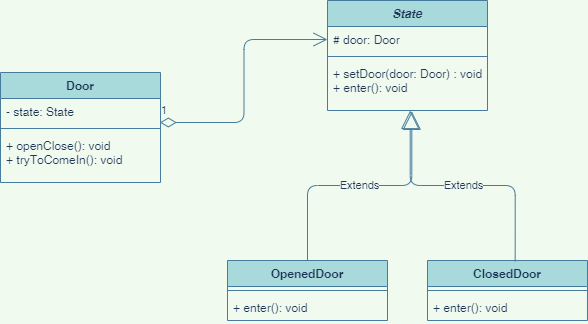
This is behavioural/state/myState.png from Yaltaphil/patterns, a draw.io export, as it was before one commit. Source tidied: cells renumbered, new cells last; positions are measured from the earlier drawing's top-left corner, leaving out a move shared by most shapes. Its diagram source:
```xml
<mxGraphModel background="#F1FAEE">
  <root>
    <mxCell id="0" />
    <mxCell id="1" parent="0" />
    <mxCell id="2" value="State" style="swimlane;fontStyle=3;align=center;verticalAlign=top;horizontal=1;startSize=26;fillColor=#A8DADC;strokeColor=#457B9D;fontColor=#1D3557;" parent="1" vertex="1">
      <mxGeometry x="327" width="160" height="110" as="geometry" />
    </mxCell>
    <mxCell id="3" value="# door: Door " style="text;strokeColor=none;fillColor=none;align=left;verticalAlign=top;spacingLeft=4;spacingRight=4;overflow=hidden;points=[[0,0.5],[1,0.5]];portConstraint=eastwest;fontColor=#1D3557;" parent="2" vertex="1">
      <mxGeometry y="26" width="160" height="26" as="geometry" />
    </mxCell>
    <mxCell id="4" style="line;strokeWidth=1;fillColor=none;align=left;verticalAlign=middle;spacingTop=-1;spacingLeft=3;spacingRight=3;labelPosition=right;labelBackgroundColor=#F1FAEE;strokeColor=#457B9D;fontColor=#1D3557;" parent="2" vertex="1">
      <mxGeometry y="52" width="160" height="8" as="geometry" />
    </mxCell>
    <mxCell id="5" value="+ setDoor(door: Door) : void&#10;+ enter(): void" style="text;strokeColor=none;fillColor=none;align=left;verticalAlign=top;spacingLeft=4;spacingRight=4;overflow=hidden;points=[[0,0.5],[1,0.5]];portConstraint=eastwest;fontColor=#1D3557;" parent="2" vertex="1">
      <mxGeometry y="60" width="160" height="50" as="geometry" />
    </mxCell>
    <mxCell id="6" value="Door" style="swimlane;fontStyle=1;align=center;verticalAlign=top;horizontal=1;startSize=26;fillColor=#A8DADC;strokeColor=#457B9D;fontColor=#1D3557;" parent="1" vertex="1">
      <mxGeometry y="72" width="160" height="110" as="geometry" />
    </mxCell>
    <mxCell id="7" value="- state: State " style="text;strokeColor=none;fillColor=none;align=left;verticalAlign=top;spacingLeft=4;spacingRight=4;overflow=hidden;points=[[0,0.5],[1,0.5]];portConstraint=eastwest;fontColor=#1D3557;" parent="6" vertex="1">
      <mxGeometry y="26" width="160" height="26" as="geometry" />
    </mxCell>
    <mxCell id="8" style="line;strokeWidth=1;fillColor=none;align=left;verticalAlign=middle;spacingTop=-1;spacingLeft=3;spacingRight=3;labelPosition=right;labelBackgroundColor=#F1FAEE;strokeColor=#457B9D;fontColor=#1D3557;" parent="6" vertex="1">
      <mxGeometry y="52" width="160" height="8" as="geometry" />
    </mxCell>
    <mxCell id="9" value="+ openClose(): void&#10;+ tryToComeIn(): void" style="text;strokeColor=none;fillColor=none;align=left;verticalAlign=top;spacingLeft=4;spacingRight=4;overflow=hidden;fontColor=#1D3557;" parent="6" vertex="1">
      <mxGeometry y="60" width="160" height="50" as="geometry" />
    </mxCell>
    <mxCell id="10" value="1" style="endArrow=open;html=1;endSize=12;startArrow=diamondThin;startSize=14;startFill=0;edgeStyle=orthogonalEdgeStyle;align=left;verticalAlign=bottom;exitX=0.996;exitY=0.923;exitDx=0;exitDy=0;exitPerimeter=0;entryX=0;entryY=0.5;entryDx=0;entryDy=0;strokeWidth=1;labelBackgroundColor=#F1FAEE;strokeColor=#457B9D;fontColor=#1D3557;" parent="1" edge="1" source="7" target="3">
      <mxGeometry x="-1" y="3" relative="1" as="geometry" />
    </mxCell>
    <mxCell id="11" value="Extends" style="endArrow=block;endSize=16;endFill=0;html=1;strokeWidth=1;entryX=0.527;entryY=1.017;entryDx=0;entryDy=0;entryPerimeter=0;exitX=0.5;exitY=0;exitDx=0;exitDy=0;edgeStyle=orthogonalEdgeStyle;labelBackgroundColor=#F1FAEE;strokeColor=#457B9D;fontColor=#1D3557;" parent="1" edge="1" source="12" target="5">
      <mxGeometry relative="1" as="geometry" />
    </mxCell>
    <mxCell id="12" value="OpenedDoor" style="swimlane;fontStyle=1;align=center;verticalAlign=top;horizontal=1;startSize=26;fillColor=#A8DADC;strokeColor=#457B9D;fontColor=#1D3557;" parent="1" vertex="1">
      <mxGeometry x="227" y="260" width="160" height="60" as="geometry" />
    </mxCell>
    <mxCell id="13" style="line;strokeWidth=1;fillColor=none;align=left;verticalAlign=middle;spacingTop=-1;spacingLeft=3;spacingRight=3;labelPosition=right;labelBackgroundColor=#F1FAEE;strokeColor=#457B9D;fontColor=#1D3557;" parent="12" vertex="1">
      <mxGeometry y="26" width="160" height="8" as="geometry" />
    </mxCell>
    <mxCell id="14" value="+ enter(): void" style="text;strokeColor=none;fillColor=none;align=left;verticalAlign=top;spacingLeft=4;spacingRight=4;overflow=hidden;fontColor=#1D3557;" parent="12" vertex="1">
      <mxGeometry y="34" width="160" height="26" as="geometry" />
    </mxCell>
    <mxCell id="15" value="ClosedDoor" style="swimlane;fontStyle=1;align=center;verticalAlign=top;horizontal=1;startSize=26;fillColor=#A8DADC;strokeColor=#457B9D;fontColor=#1D3557;" parent="1" vertex="1">
      <mxGeometry x="427" y="260" width="160" height="60" as="geometry" />
    </mxCell>
    <mxCell id="16" style="line;strokeWidth=1;fillColor=none;align=left;verticalAlign=middle;spacingTop=-1;spacingLeft=3;spacingRight=3;labelPosition=right;labelBackgroundColor=#F1FAEE;strokeColor=#457B9D;fontColor=#1D3557;" parent="15" vertex="1">
      <mxGeometry y="26" width="160" height="8" as="geometry" />
    </mxCell>
    <mxCell id="17" value="+ enter(): void" style="text;strokeColor=none;fillColor=none;align=left;verticalAlign=top;spacingLeft=4;spacingRight=4;overflow=hidden;fontColor=#1D3557;" parent="15" vertex="1">
      <mxGeometry y="34" width="160" height="26" as="geometry" />
    </mxCell>
    <mxCell id="18" value="Extends" style="endArrow=block;endSize=16;endFill=0;html=1;strokeWidth=1;entryX=0.517;entryY=1;entryDx=0;entryDy=0;entryPerimeter=0;exitX=0.548;exitY=0.014;exitDx=0;exitDy=0;exitPerimeter=0;edgeStyle=orthogonalEdgeStyle;labelBackgroundColor=#F1FAEE;strokeColor=#457B9D;fontColor=#1D3557;" parent="1" edge="1" source="15" target="5">
      <mxGeometry relative="1" as="geometry" />
    </mxCell>
  </root>
</mxGraphModel>
```
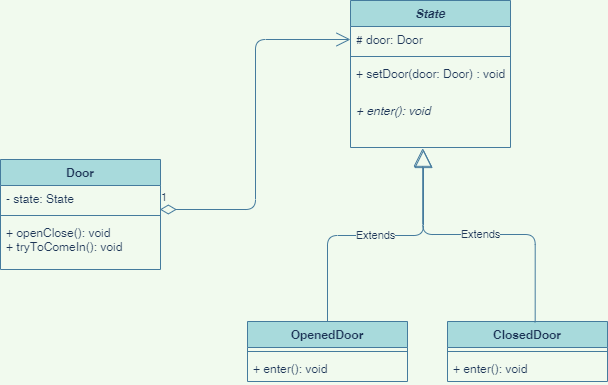
The same file after the commit.

Commit message:
add: state pattern diagram

What changed in the source:
```diff
@@ -3,7 +3,7 @@
     <mxCell id="0" />
     <mxCell id="1" parent="0" />
     <mxCell id="2" value="State" style="swimlane;fontStyle=3;align=center;verticalAlign=top;horizontal=1;startSize=26;fillColor=#A8DADC;strokeColor=#457B9D;fontColor=#1D3557;" parent="1" vertex="1">
-      <mxGeometry x="327" width="160" height="110" as="geometry" />
+      <mxGeometry x="330" y="-61" width="160" height="147" as="geometry" />
     </mxCell>
     <mxCell id="3" value="# door: Door " style="text;strokeColor=none;fillColor=none;align=left;verticalAlign=top;spacingLeft=4;spacingRight=4;overflow=hidden;points=[[0,0.5],[1,0.5]];portConstraint=eastwest;fontColor=#1D3557;" parent="2" vertex="1">
       <mxGeometry y="26" width="160" height="26" as="geometry" />
@@ -11,11 +11,14 @@
     <mxCell id="4" style="line;strokeWidth=1;fillColor=none;align=left;verticalAlign=middle;spacingTop=-1;spacingLeft=3;spacingRight=3;labelPosition=right;labelBackgroundColor=#F1FAEE;strokeColor=#457B9D;fontColor=#1D3557;" parent="2" vertex="1">
       <mxGeometry y="52" width="160" height="8" as="geometry" />
     </mxCell>
-    <mxCell id="5" value="+ setDoor(door: Door) : void&#10;+ enter(): void" style="text;strokeColor=none;fillColor=none;align=left;verticalAlign=top;spacingLeft=4;spacingRight=4;overflow=hidden;points=[[0,0.5],[1,0.5]];portConstraint=eastwest;fontColor=#1D3557;" parent="2" vertex="1">
-      <mxGeometry y="60" width="160" height="50" as="geometry" />
+    <mxCell id="5" value="+ setDoor(door: Door) : void&#10;" style="text;strokeColor=none;fillColor=none;align=left;verticalAlign=top;spacingLeft=4;spacingRight=4;overflow=hidden;points=[[0,0.5],[1,0.5]];portConstraint=eastwest;fontColor=#1D3557;" parent="2" vertex="1">
+      <mxGeometry y="60" width="160" height="37" as="geometry" />
     </mxCell>
+    <mxCell id="19" value="+ enter(): void" style="text;strokeColor=none;fillColor=none;align=left;verticalAlign=top;spacingLeft=4;spacingRight=4;overflow=hidden;points=[[0,0.5],[1,0.5]];portConstraint=eastwest;fontColor=#1D3557;fontStyle=2;" parent="2" vertex="1">
+      <mxGeometry y="97" width="160" height="50" as="geometry" />
+    </mxCell>
     <mxCell id="6" value="Door" style="swimlane;fontStyle=1;align=center;verticalAlign=top;horizontal=1;startSize=26;fillColor=#A8DADC;strokeColor=#457B9D;fontColor=#1D3557;" parent="1" vertex="1">
-      <mxGeometry y="72" width="160" height="110" as="geometry" />
+      <mxGeometry x="-20" y="98" width="160" height="110" as="geometry" />
     </mxCell>
     <mxCell id="7" value="- state: State " style="text;strokeColor=none;fillColor=none;align=left;verticalAlign=top;spacingLeft=4;spacingRight=4;overflow=hidden;points=[[0,0.5],[1,0.5]];portConstraint=eastwest;fontColor=#1D3557;" parent="6" vertex="1">
       <mxGeometry y="26" width="160" height="26" as="geometry" />
@@ -29,8 +32,10 @@
     <mxCell id="10" value="1" style="endArrow=open;html=1;endSize=12;startArrow=diamondThin;startSize=14;startFill=0;edgeStyle=orthogonalEdgeStyle;align=left;verticalAlign=bottom;exitX=0.996;exitY=0.923;exitDx=0;exitDy=0;exitPerimeter=0;entryX=0;entryY=0.5;entryDx=0;entryDy=0;strokeWidth=1;labelBackgroundColor=#F1FAEE;strokeColor=#457B9D;fontColor=#1D3557;" parent="1" edge="1" source="7" target="3">
       <mxGeometry x="-1" y="3" relative="1" as="geometry" />
     </mxCell>
-    <mxCell id="11" value="Extends" style="endArrow=block;endSize=16;endFill=0;html=1;strokeWidth=1;entryX=0.527;entryY=1.017;entryDx=0;entryDy=0;entryPerimeter=0;exitX=0.5;exitY=0;exitDx=0;exitDy=0;edgeStyle=orthogonalEdgeStyle;labelBackgroundColor=#F1FAEE;strokeColor=#457B9D;fontColor=#1D3557;" parent="1" edge="1" source="12" target="5">
-      <mxGeometry relative="1" as="geometry" />
+    <mxCell id="11" value="Extends" style="endArrow=block;endSize=16;endFill=0;html=1;strokeWidth=1;exitX=0.5;exitY=0;exitDx=0;exitDy=0;edgeStyle=orthogonalEdgeStyle;labelBackgroundColor=#F1FAEE;strokeColor=#457B9D;fontColor=#1D3557;" parent="1" edge="1" source="12">
+      <mxGeometry relative="1" as="geometry">
+        <mxPoint x="403" y="88" as="targetPoint" />
+      </mxGeometry>
     </mxCell>
     <mxCell id="12" value="OpenedDoor" style="swimlane;fontStyle=1;align=center;verticalAlign=top;horizontal=1;startSize=26;fillColor=#A8DADC;strokeColor=#457B9D;fontColor=#1D3557;" parent="1" vertex="1">
       <mxGeometry x="227" y="260" width="160" height="60" as="geometry" />
@@ -50,7 +55,7 @@
     <mxCell id="17" value="+ enter(): void" style="text;strokeColor=none;fillColor=none;align=left;verticalAlign=top;spacingLeft=4;spacingRight=4;overflow=hidden;fontColor=#1D3557;" parent="15" vertex="1">
       <mxGeometry y="34" width="160" height="26" as="geometry" />
     </mxCell>
-    <mxCell id="18" value="Extends" style="endArrow=block;endSize=16;endFill=0;html=1;strokeWidth=1;entryX=0.517;entryY=1;entryDx=0;entryDy=0;entryPerimeter=0;exitX=0.548;exitY=0.014;exitDx=0;exitDy=0;exitPerimeter=0;edgeStyle=orthogonalEdgeStyle;labelBackgroundColor=#F1FAEE;strokeColor=#457B9D;fontColor=#1D3557;" parent="1" edge="1" source="15" target="5">
+    <mxCell id="18" value="Extends" style="endArrow=block;endSize=16;endFill=0;html=1;strokeWidth=1;entryX=0.451;entryY=1.014;entryDx=0;entryDy=0;entryPerimeter=0;exitX=0.548;exitY=0.014;exitDx=0;exitDy=0;exitPerimeter=0;edgeStyle=orthogonalEdgeStyle;labelBackgroundColor=#F1FAEE;strokeColor=#457B9D;fontColor=#1D3557;" parent="1" edge="1" source="15" target="19">
       <mxGeometry relative="1" as="geometry" />
     </mxCell>
   </root>
```
